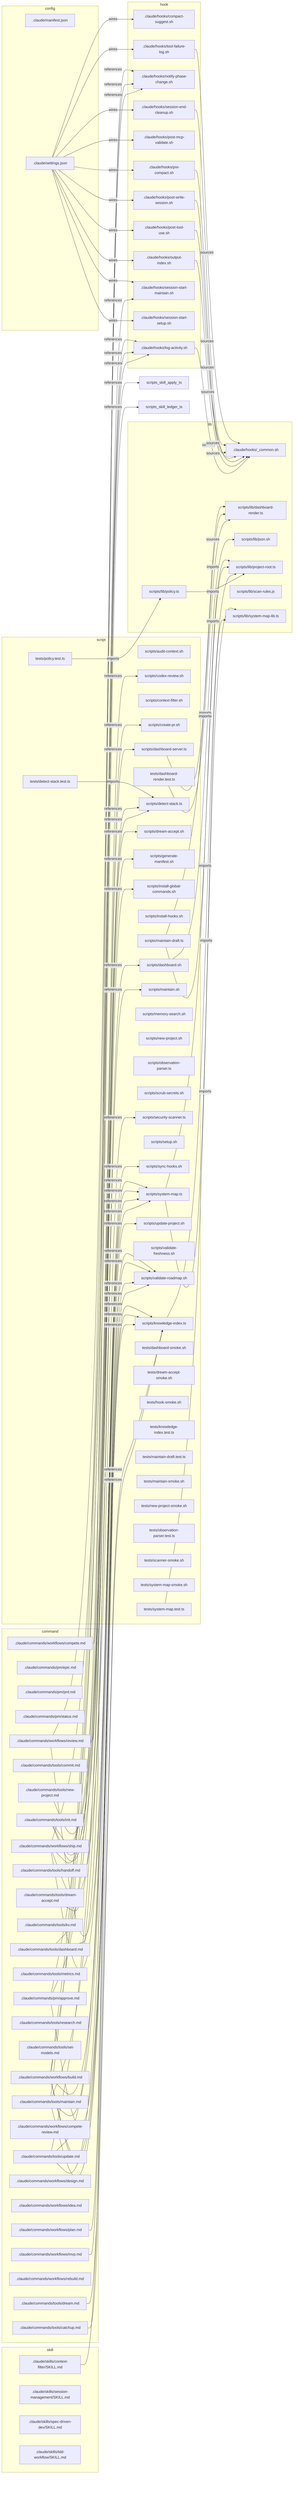
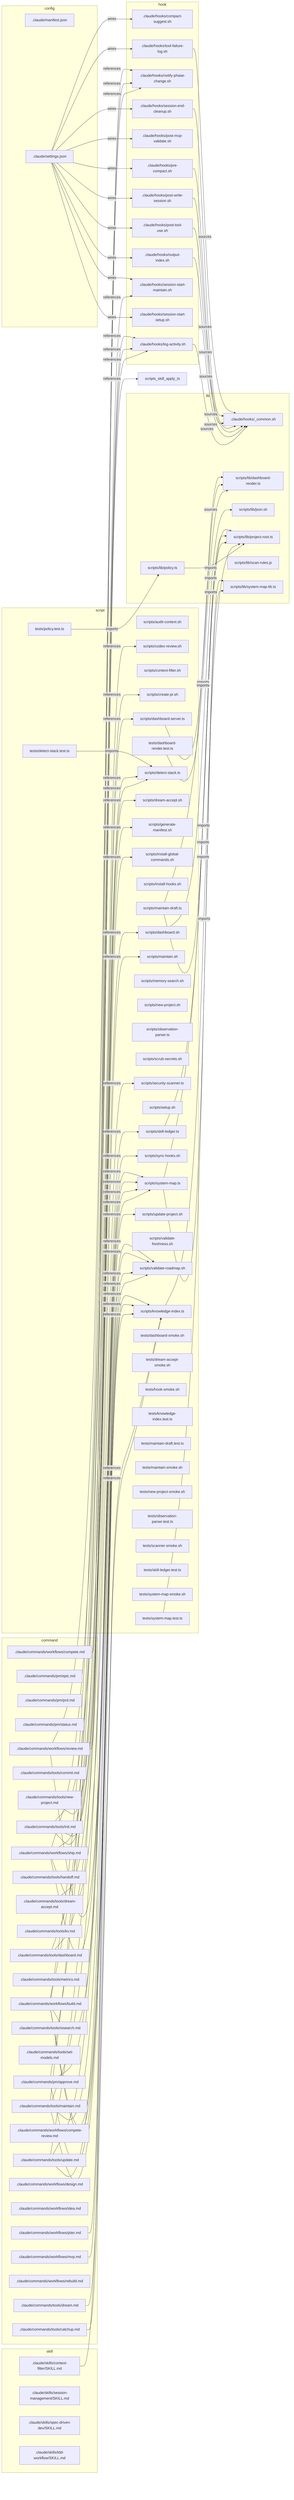
flowchart LR
  subgraph command
    c_pm_approve[".claude/commands/pm/approve.md"]
    c_pm_epic[".claude/commands/pm/epic.md"]
    c_pm_prd[".claude/commands/pm/prd.md"]
    c_pm_status[".claude/commands/pm/status.md"]
    c_tools_catchup[".claude/commands/tools/catchup.md"]
    c_tools_commit[".claude/commands/tools/commit.md"]
    c_tools_dashboard[".claude/commands/tools/dashboard.md"]
    c_tools_dream_accept[".claude/commands/tools/dream-accept.md"]
    c_tools_dream[".claude/commands/tools/dream.md"]
    c_tools_handoff[".claude/commands/tools/handoff.md"]
    c_tools_init[".claude/commands/tools/init.md"]
    c_tools_kv[".claude/commands/tools/kv.md"]
    c_tools_maintain[".claude/commands/tools/maintain.md"]
    c_tools_metrics[".claude/commands/tools/metrics.md"]
    c_tools_new_project[".claude/commands/tools/new-project.md"]
    c_tools_research[".claude/commands/tools/research.md"]
    c_tools_set_models[".claude/commands/tools/set-models.md"]
    c_tools_update[".claude/commands/tools/update.md"]
    c_workflows_build[".claude/commands/workflows/build.md"]
    c_workflows_compete_review[".claude/commands/workflows/compete-review.md"]
    c_workflows_compete[".claude/commands/workflows/compete.md"]
    c_workflows_design[".claude/commands/workflows/design.md"]
    c_workflows_idea[".claude/commands/workflows/idea.md"]
    c_workflows_mvp[".claude/commands/workflows/mvp.md"]
    c_workflows_plan[".claude/commands/workflows/plan.md"]
    c_workflows_rebuild[".claude/commands/workflows/rebuild.md"]
    c_workflows_review[".claude/commands/workflows/review.md"]
    c_workflows_ship[".claude/commands/workflows/ship.md"]
  end
  subgraph config
    cfg_manifest[".claude/manifest.json"]
    cfg_settings[".claude/settings.json"]
  end
  subgraph hook
    h_compact_suggest[".claude/hooks/compact-suggest.sh"]
    h_log_activity[".claude/hooks/log-activity.sh"]
    h_notify_phase_change[".claude/hooks/notify-phase-change.sh"]
    h_output_index[".claude/hooks/output-index.sh"]
    h_post_mcp_validate[".claude/hooks/post-mcp-validate.sh"]
    h_post_tool_use[".claude/hooks/post-tool-use.sh"]
    h_post_write_session[".claude/hooks/post-write-session.sh"]
    h_pre_compact[".claude/hooks/pre-compact.sh"]
    h_session_end_cleanup[".claude/hooks/session-end-cleanup.sh"]
    h_session_start_maintain[".claude/hooks/session-start-maintain.sh"]
    h_session_start_setup[".claude/hooks/session-start-setup.sh"]
    h_tool_failure_log[".claude/hooks/tool-failure-log.sh"]
  end
  subgraph lib
    l_common[".claude/hooks/_common.sh"]
    l_dashboard_render["scripts/lib/dashboard-render.ts"]
    l_json["scripts/lib/json.sh"]
    l_policy["scripts/lib/policy.ts"]
    l_project_root["scripts/lib/project-root.ts"]
    l_scan_rules["scripts/lib/scan-rules.js"]
    l_system_map_lib["scripts/lib/system-map-lib.ts"]
  end
  subgraph script
    s_audit_context["scripts/audit-context.sh"]
    s_codex_review["scripts/codex-review.sh"]
    s_context_filter["scripts/context-filter.sh"]
    s_create_pr["scripts/create-pr.sh"]
    s_dashboard_server["scripts/dashboard-server.ts"]
    s_dashboard["scripts/dashboard.sh"]
    s_detect_stack["scripts/detect-stack.ts"]
    s_dream_accept["scripts/dream-accept.sh"]
    s_generate_manifest["scripts/generate-manifest.sh"]
    s_install_global_commands["scripts/install-global-commands.sh"]
    s_install_hooks["scripts/install-hooks.sh"]
    s_knowledge_index["scripts/knowledge-index.ts"]
    s_maintain_draft["scripts/maintain-draft.ts"]
    s_maintain["scripts/maintain.sh"]
    s_memory_search["scripts/memory-search.sh"]
    s_new_project["scripts/new-project.sh"]
    s_observation_parser["scripts/observation-parser.ts"]
    s_scrub_secrets["scripts/scrub-secrets.sh"]
    s_security_scanner["scripts/security-scanner.ts"]
    s_setup["scripts/setup.sh"]
+     s_skill_ledger["scripts/skill-ledger.ts"]
    s_sync_hooks["scripts/sync-hooks.sh"]
    s_system_map["scripts/system-map.ts"]
    s_update_project["scripts/update-project.sh"]
    s_validate_freshness["scripts/validate-freshness.sh"]
    s_validate_roadmap["scripts/validate-roadmap.sh"]
    s_dashboard_render_test["tests/dashboard-render.test.ts"]
    s_dashboard_smoke["tests/dashboard-smoke.sh"]
    s_detect_stack_test["tests/detect-stack.test.ts"]
    s_dream_accept_smoke["tests/dream-accept-smoke.sh"]
    s_hook_smoke["tests/hook-smoke.sh"]
    s_knowledge_index_test["tests/knowledge-index.test.ts"]
    s_maintain_draft_test["tests/maintain-draft.test.ts"]
    s_maintain_smoke["tests/maintain-smoke.sh"]
    s_new_project_smoke["tests/new-project-smoke.sh"]
    s_observation_parser_test["tests/observation-parser.test.ts"]
    s_policy_test["tests/policy.test.ts"]
    s_scanner_smoke["tests/scanner-smoke.sh"]
+     s_skill_ledger_test["tests/skill-ledger.test.ts"]
    s_system_map_smoke["tests/system-map-smoke.sh"]
    s_system_map_test["tests/system-map.test.ts"]
  end
  subgraph skill
    sk_context_filter_skill[".claude/skills/context-filter/SKILL.md"]
    sk_session_management_skill[".claude/skills/session-management/SKILL.md"]
    sk_spec_driven_dev_skill[".claude/skills/spec-driven-dev/SKILL.md"]
    sk_tdd_workflow_skill[".claude/skills/tdd-workflow/SKILL.md"]
  end
+   c_pm_approve -->|references| s_skill_ledger
  c_pm_approve -->|references| s_validate_roadmap
  c_pm_approve -->|references| scripts_skill_apply_ts
-   c_pm_approve -->|references| scripts_skill_ledger_ts
  c_tools_catchup -->|references| s_knowledge_index
  c_tools_dashboard -->|references| s_dashboard
  c_tools_dashboard -->|references| s_dashboard_server
  c_tools_dream -->|references| s_knowledge_index
  c_tools_dream_accept -->|references| s_dream_accept
  c_tools_init -->|references| s_codex_review
  c_tools_init -->|references| s_detect_stack
  c_tools_init -->|references| s_install_global_commands
  c_tools_maintain -->|references| h_session_start_maintain
  c_tools_maintain -->|references| s_knowledge_index
  c_tools_maintain -->|references| s_maintain
  c_tools_maintain -->|references| s_system_map
  c_tools_new_project -->|references| s_detect_stack
  c_tools_update -->|references| s_generate_manifest
  c_tools_update -->|references| s_sync_hooks
  c_tools_update -->|references| s_update_project
  c_workflows_build -->|references| h_log_activity
  c_workflows_build -->|references| h_notify_phase_change
  c_workflows_build -->|references| s_knowledge_index
  c_workflows_build -->|references| s_system_map
  c_workflows_build -->|references| s_validate_roadmap
  c_workflows_compete -->|references| h_notify_phase_change
  c_workflows_mvp -->|references| s_validate_roadmap
  c_workflows_plan -->|references| s_validate_roadmap
  c_workflows_review -->|references| h_log_activity
  c_workflows_review -->|references| h_notify_phase_change
  c_workflows_review -->|references| s_system_map
  c_workflows_ship -->|references| h_log_activity
  c_workflows_ship -->|references| s_create_pr
  c_workflows_ship -->|references| s_security_scanner
  c_workflows_ship -->|references| s_system_map
  cfg_settings -->|wires| h_compact_suggest
  cfg_settings -->|wires| h_output_index
  cfg_settings -->|wires| h_post_mcp_validate
  cfg_settings -->|wires| h_post_tool_use
  cfg_settings -->|wires| h_post_write_session
  cfg_settings -->|wires| h_pre_compact
  cfg_settings -->|wires| h_session_end_cleanup
  cfg_settings -->|wires| h_session_start_maintain
  cfg_settings -->|wires| h_session_start_setup
  cfg_settings -->|wires| h_tool_failure_log
  h_log_activity -->|sources| l_common
  h_output_index -->|sources| l_common
  h_post_tool_use -->|sources| l_common
  h_post_write_session -->|sources| l_common
  h_pre_compact -->|sources| l_common
  h_session_end_cleanup -->|sources| l_common
  h_tool_failure_log -->|sources| l_common
  l_policy -->|imports| l_project_root
  s_dashboard -->|sources| l_json
  s_dashboard_render_test -->|imports| l_dashboard_render
  s_dashboard_server -->|imports| l_dashboard_render
  s_detect_stack_test -->|imports| s_detect_stack
  s_knowledge_index -->|imports| l_project_root
  s_maintain_draft -->|imports| l_dashboard_render
  s_maintain_draft -->|imports| l_project_root
  s_policy_test -->|imports| l_policy
+   s_skill_ledger -->|imports| l_project_root
  s_system_map -->|imports| l_project_root
  s_system_map -->|imports| l_system_map_lib
  s_system_map_test -->|imports| l_system_map_lib
  sk_context_filter_skill -->|references| s_knowledge_index
